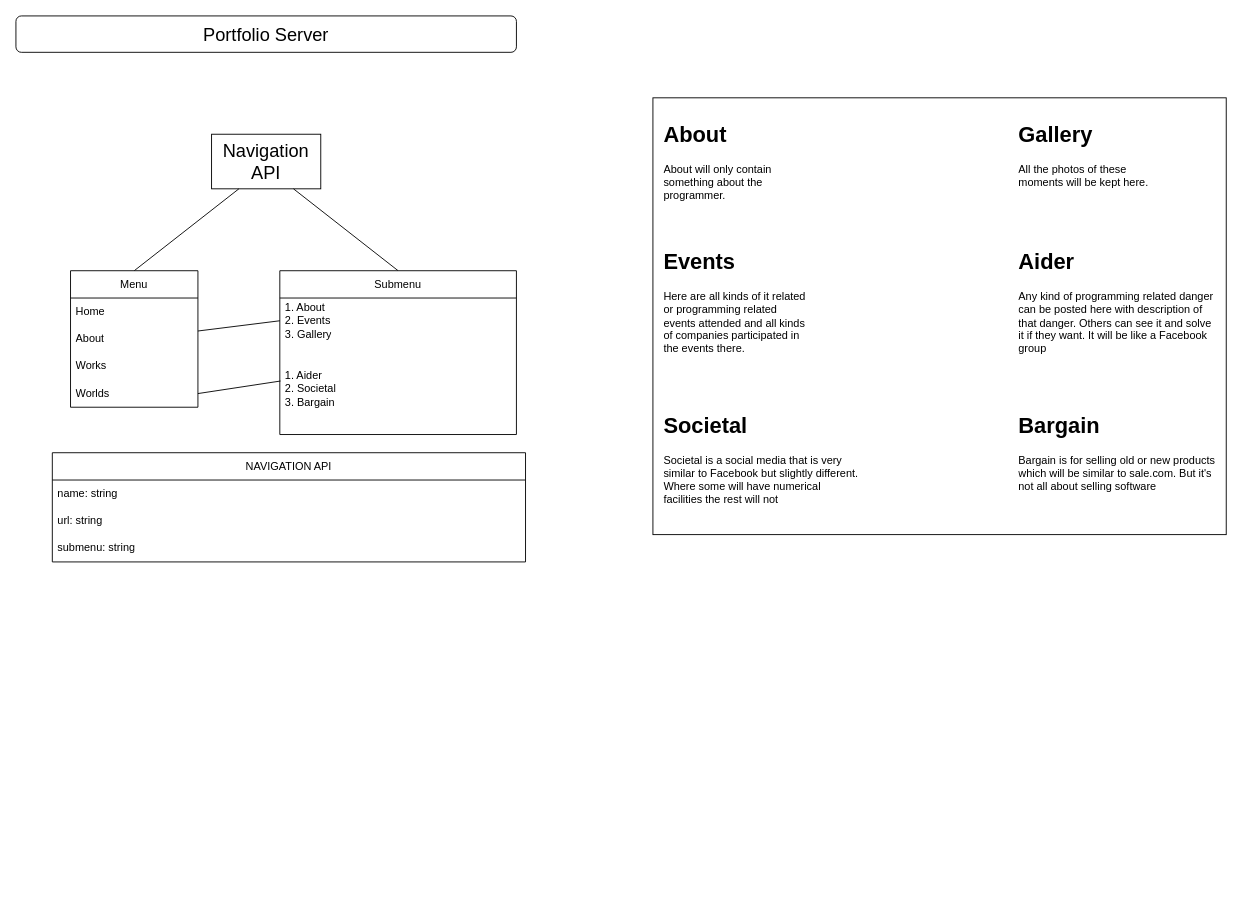
Earlier version of the draw.io diagram server.portfolio.drawio (muhammadasif-cse/muhammadasif-server). Source tidied: cells renumbered, new cells numbered last; positions are measured from the earlier drawing's top-left corner, leaving out a move shared by most shapes. Both pictures are drawn from the tidied source at 91%, with x=0, y=0 at pixel (15, 15).
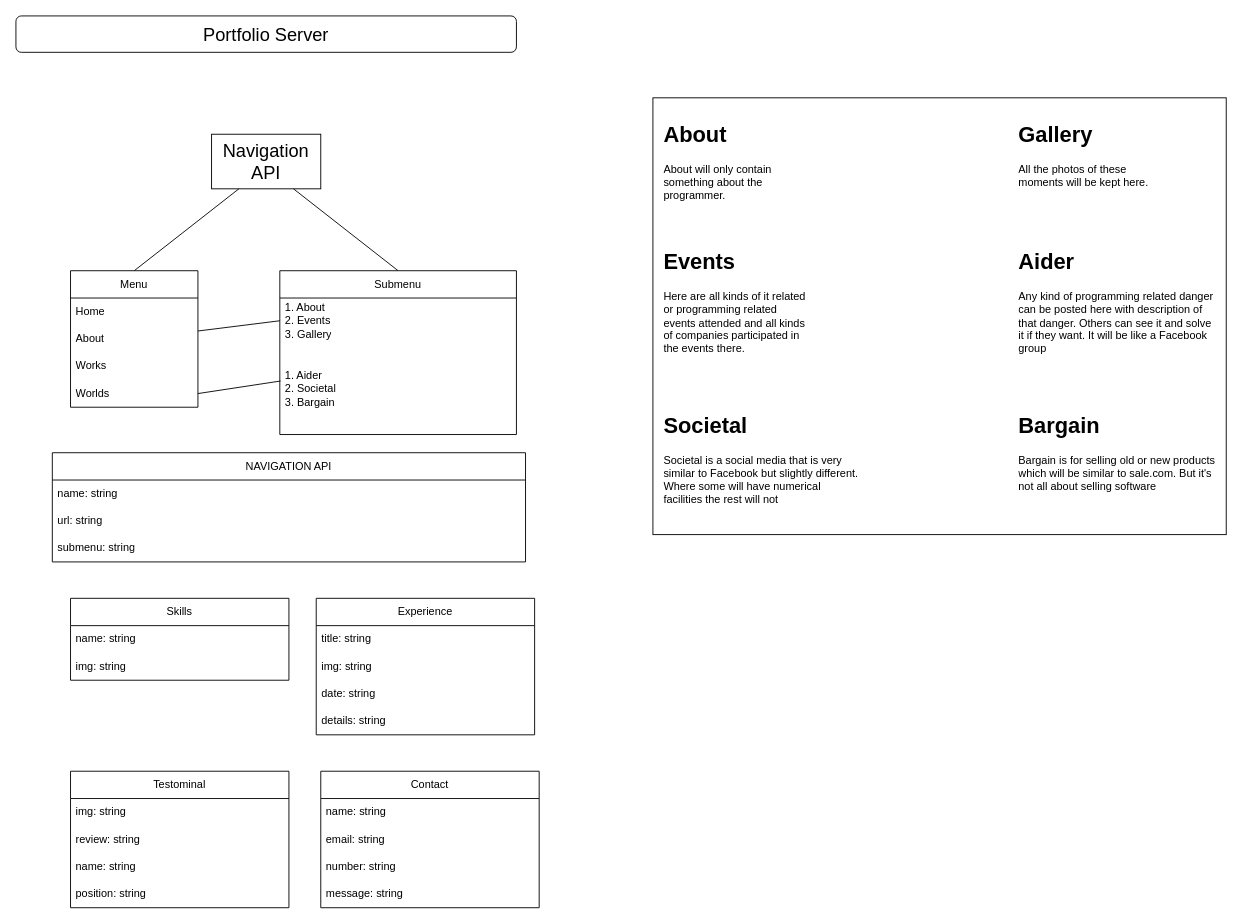
After the change.

Commit message (it also covers changes not shown here):
[FEAT] - experience service complete

Diff of the diagram source:
```diff
@@
+    <mxCell id="27" value="Skills" style="swimlane;fontStyle=0;horizontal=1;startSize=30;whiteSpace=wrap;html=1;" parent="1" vertex="1">
+      <mxGeometry x="60" y="640" width="240" height="90" as="geometry" />
+    </mxCell>
+    <mxCell id="28" value="name: string" style="text;strokeColor=none;fillColor=none;align=left;verticalAlign=middle;spacingLeft=4;spacingRight=4;overflow=hidden;whiteSpace=wrap;html=1;" parent="27" vertex="1">
+      <mxGeometry y="30" width="240" height="30" as="geometry" />
+    </mxCell>
+    <mxCell id="29" value="img: string" style="text;strokeColor=none;fillColor=none;align=left;verticalAlign=middle;spacingLeft=4;spacingRight=4;overflow=hidden;whiteSpace=wrap;html=1;" parent="27" vertex="1">
+      <mxGeometry y="60" width="240" height="30" as="geometry" />
+    </mxCell>
+    <mxCell id="30" value="Experience" style="swimlane;fontStyle=0;horizontal=1;startSize=30;whiteSpace=wrap;html=1;" parent="1" vertex="1">
+      <mxGeometry x="330" y="640" width="240" height="150" as="geometry" />
+    </mxCell>
+    <mxCell id="31" value="title: string" style="text;strokeColor=none;fillColor=none;align=left;verticalAlign=middle;spacingLeft=4;spacingRight=4;overflow=hidden;whiteSpace=wrap;html=1;" parent="30" vertex="1">
+      <mxGeometry y="30" width="240" height="30" as="geometry" />
+    </mxCell>
+    <mxCell id="32" value="img: string" style="text;strokeColor=none;fillColor=none;align=left;verticalAlign=middle;spacingLeft=4;spacingRight=4;overflow=hidden;whiteSpace=wrap;html=1;" parent="30" vertex="1">
+      <mxGeometry y="60" width="240" height="30" as="geometry" />
+    </mxCell>
+    <mxCell id="33" value="date: string" style="text;strokeColor=none;fillColor=none;align=left;verticalAlign=middle;spacingLeft=4;spacingRight=4;overflow=hidden;whiteSpace=wrap;html=1;" parent="30" vertex="1">
+      <mxGeometry y="90" width="240" height="30" as="geometry" />
+    </mxCell>
+    <mxCell id="34" value="details: string" style="text;strokeColor=none;fillColor=none;align=left;verticalAlign=middle;spacingLeft=4;spacingRight=4;overflow=hidden;whiteSpace=wrap;html=1;" parent="30" vertex="1">
+      <mxGeometry y="120" width="240" height="30" as="geometry" />
+    </mxCell>
+    <mxCell id="35" value="Testominal" style="swimlane;fontStyle=0;horizontal=1;startSize=30;whiteSpace=wrap;html=1;" parent="1" vertex="1">
+      <mxGeometry x="60" y="830" width="240" height="150" as="geometry" />
+    </mxCell>
+    <mxCell id="36" value="img: string" style="text;strokeColor=none;fillColor=none;align=left;verticalAlign=middle;spacingLeft=4;spacingRight=4;overflow=hidden;whiteSpace=wrap;html=1;" parent="35" vertex="1">
+      <mxGeometry y="30" width="240" height="30" as="geometry" />
+    </mxCell>
+    <mxCell id="37" value="review: string" style="text;strokeColor=none;fillColor=none;align=left;verticalAlign=middle;spacingLeft=4;spacingRight=4;overflow=hidden;whiteSpace=wrap;html=1;" parent="35" vertex="1">
+      <mxGeometry y="60" width="240" height="30" as="geometry" />
+    </mxCell>
+    <mxCell id="38" value="name: string" style="text;strokeColor=none;fillColor=none;align=left;verticalAlign=middle;spacingLeft=4;spacingRight=4;overflow=hidden;whiteSpace=wrap;html=1;" parent="35" vertex="1">
+      <mxGeometry y="90" width="240" height="30" as="geometry" />
+    </mxCell>
+    <mxCell id="39" value="position: string" style="text;strokeColor=none;fillColor=none;align=left;verticalAlign=middle;spacingLeft=4;spacingRight=4;overflow=hidden;whiteSpace=wrap;html=1;" parent="35" vertex="1">
+      <mxGeometry y="120" width="240" height="30" as="geometry" />
+    </mxCell>
+    <mxCell id="40" value="Contact" style="swimlane;fontStyle=0;horizontal=1;startSize=30;whiteSpace=wrap;html=1;" parent="1" vertex="1">
+      <mxGeometry x="335" y="830" width="240" height="150" as="geometry" />
+    </mxCell>
+    <mxCell id="41" value="name: string" style="text;strokeColor=none;fillColor=none;align=left;verticalAlign=middle;spacingLeft=4;spacingRight=4;overflow=hidden;whiteSpace=wrap;html=1;" parent="40" vertex="1">
+      <mxGeometry y="30" width="240" height="30" as="geometry" />
+    </mxCell>
+    <mxCell id="42" value="email: string" style="text;strokeColor=none;fillColor=none;align=left;verticalAlign=middle;spacingLeft=4;spacingRight=4;overflow=hidden;whiteSpace=wrap;html=1;" parent="40" vertex="1">
+      <mxGeometry y="60" width="240" height="30" as="geometry" />
+    </mxCell>
+    <mxCell id="43" value="number: string" style="text;strokeColor=none;fillColor=none;align=left;verticalAlign=middle;spacingLeft=4;spacingRight=4;overflow=hidden;whiteSpace=wrap;html=1;" parent="40" vertex="1">
+      <mxGeometry y="90" width="240" height="30" as="geometry" />
+    </mxCell>
+    <mxCell id="44" value="message: string" style="text;strokeColor=none;fillColor=none;align=left;verticalAlign=middle;spacingLeft=4;spacingRight=4;overflow=hidden;whiteSpace=wrap;html=1;" parent="40" vertex="1">
+      <mxGeometry y="120" width="240" height="30" as="geometry" />
+    </mxCell>
```
